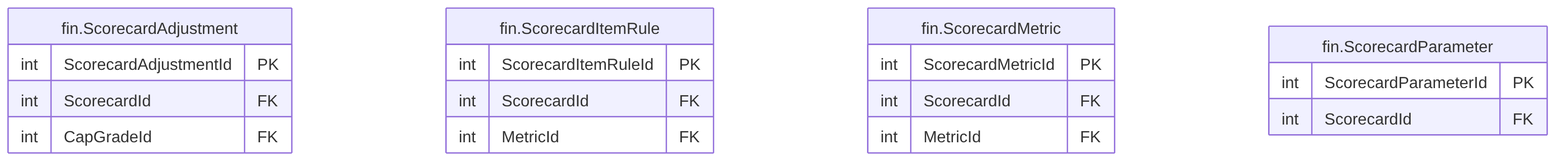
Before: treasury-platform/docs/diagrams/erd/m5_financials_11.png, a diagram exported from Mermaid (thawrasy/smartlines). Its source is kept beside it as treasury-platform/docs/diagrams/erd/m5_financials_11.mmd.
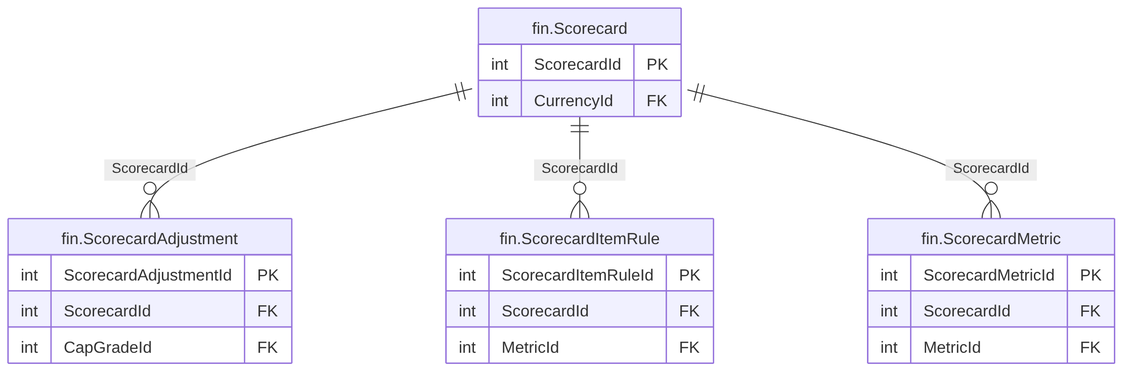
Later version of the same file.

What changed in the source:
```diff
@@ -1,4 +1,8 @@
 erDiagram
+  fin_Scorecard["fin.Scorecard"] {
+    int ScorecardId PK
+    int CurrencyId FK
+  }
   fin_ScorecardAdjustment["fin.ScorecardAdjustment"] {
     int ScorecardAdjustmentId PK
     int ScorecardId FK
@@ -14,7 +18,6 @@
     int ScorecardId FK
     int MetricId FK
   }
-  fin_ScorecardParameter["fin.ScorecardParameter"] {
-    int ScorecardParameterId PK
-    int ScorecardId FK
-  }
+  fin_Scorecard ||--o{ fin_ScorecardAdjustment : "ScorecardId"
+  fin_Scorecard ||--o{ fin_ScorecardItemRule : "ScorecardId"
+  fin_Scorecard ||--o{ fin_ScorecardMetric : "ScorecardId"
```
